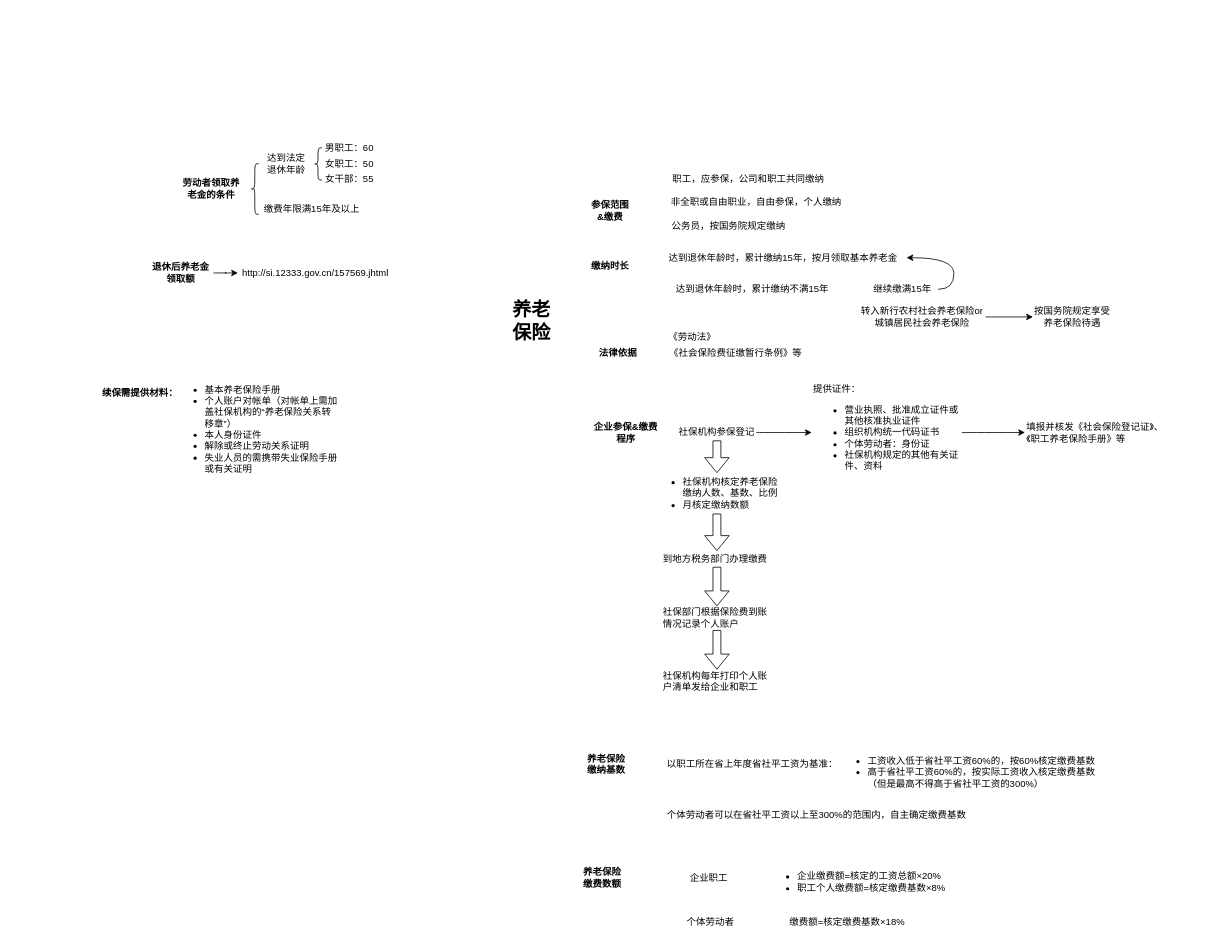
The draw.io diagram 五险一金.drawio in Cyrusvic/358pub, before the edit. Source tidied: cells renumbered, new cells numbered last; positions are measured from the earlier drawing's top-left corner, leaving out a move shared by most shapes. Both pictures are drawn from the tidied source at 79%, with x=0, y=0 at pixel (100, 140).
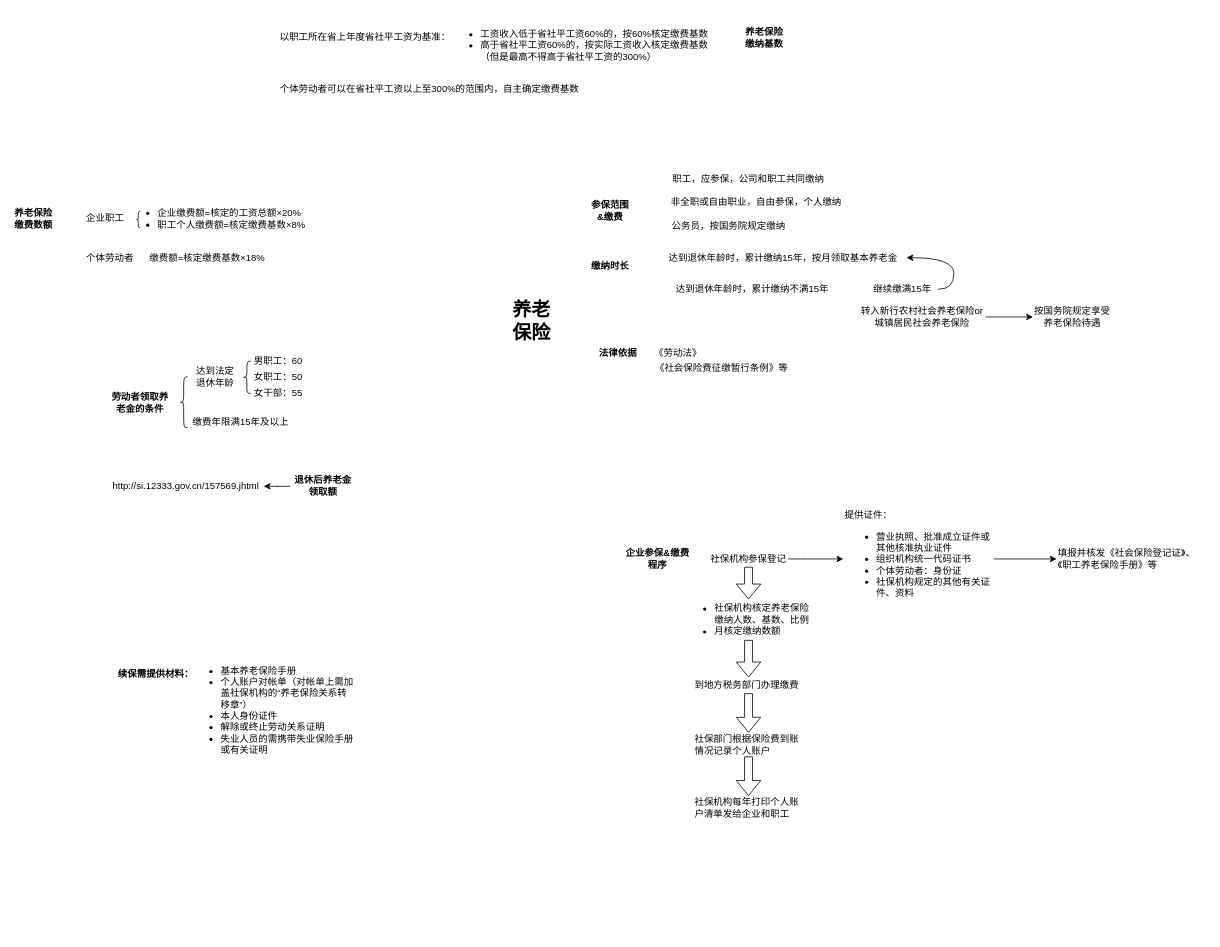
The same page after the edit.

Commit message (it also covers changes not shown here):
更新五险一金.drawio

The change refers to these unchanged cells:
```xml
<mxCell id="36" style="group;" parent="1" vertex="1">
  <mxGeometry x="630" y="238.7" width="260" height="40" as="geometry" />
</mxCell>
```

Diff of the diagram source:
```diff
@@
     <mxCell id="3" style="group;" parent="1" vertex="1">
-      <mxGeometry x="100" width="250" height="102" as="geometry" />
+      <mxGeometry x="10" y="270" width="250" height="102" as="geometry" />
     </mxCell>
@@
-    <mxCell id="12" style="group;" parent="1" vertex="1">
-      <mxGeometry x="60" y="148.7" width="310" height="38.7" as="geometry" />
-    </mxCell>
-    <mxCell id="13" value="&lt;b&gt;退休后养老金领取额&lt;/b&gt;" style="text;html=1;strokeColor=none;fillColor=none;align=center;verticalAlign=middle;whiteSpace=wrap;rounded=0;" parent="12" vertex="1">
-      <mxGeometry width="82.7" height="38.7" as="geometry" />
-    </mxCell>
-    <mxCell id="14" value="http://si.12333.gov.cn/157569.jhtml" style="text;html=1;strokeColor=none;fillColor=none;align=center;verticalAlign=middle;whiteSpace=wrap;rounded=0;" parent="12" vertex="1">
-      <mxGeometry x="113.7" width="196.3" height="38.7" as="geometry" />
-    </mxCell>
-    <mxCell id="15" style="edgeStyle=orthogonalEdgeStyle;curved=1;rounded=0;jettySize=auto;html=1;" parent="12" edge="1" source="13" target="14">
-      <mxGeometry relative="1" as="geometry" />
-    </mxCell>
     <mxCell id="16" style="group;" parent="1" vertex="1">
-      <mxGeometry x="620" y="300" width="740" height="400" as="geometry" />
+      <mxGeometry x="660" y="460" width="740" height="400" as="geometry" />
     </mxCell>
@@
-    <mxCell id="38" value="《劳动法》" style="text;html=1;strokeColor=none;fillColor=none;align=center;verticalAlign=middle;whiteSpace=wrap;rounded=0;" parent="36" vertex="1">
-      <mxGeometry x="88.1" width="61.9" height="20" as="geometry" />
-    </mxCell>
-    <mxCell id="39" value="《社会保险费征缴暂行条例》等" style="text;html=1;strokeColor=none;fillColor=none;align=center;verticalAlign=middle;whiteSpace=wrap;rounded=0;" parent="36" vertex="1">
-      <mxGeometry x="88.1" y="20" width="171.9" height="20" as="geometry" />
-    </mxCell>
@@
-    <mxCell id="49" style="group;" parent="1" vertex="1">
-      <mxGeometry x="610" y="760" width="660" height="110" as="geometry" />
-    </mxCell>
+    <mxCell id="60" style="group;" parent="1" vertex="1">
+      <mxGeometry x="20" y="650" width="300" height="140" as="geometry" />
+    </mxCell>
+    <mxCell id="61" value="续保需提供材料：" style="text;html=1;strokeColor=none;fillColor=none;align=center;verticalAlign=middle;whiteSpace=wrap;rounded=0;fontSize=12;fontColor=#000000;fontStyle=1;" parent="60" vertex="1">
+      <mxGeometry y="16" width="100" height="20" as="geometry" />
+    </mxCell>
+    <mxCell id="62" value="&lt;ul&gt;&lt;li&gt;基本养老保险手册&lt;br&gt;&lt;/li&gt;&lt;li&gt;个人账户对帐单（对帐单上需加盖社保机构的“养老保险关系转移章”）&lt;br&gt;&lt;/li&gt;&lt;li&gt;本人身份证件&lt;br&gt;&lt;/li&gt;&lt;li&gt;解除或终止劳动关系证明&lt;br&gt;&lt;/li&gt;&lt;li&gt;失业人员的需携带失业保险手册或有关证明&lt;br&gt;&lt;/li&gt;&lt;/ul&gt;" style="text;strokeColor=none;fillColor=none;html=1;whiteSpace=wrap;verticalAlign=middle;overflow=hidden;fontSize=12;fontColor=#000000;align=left;" parent="60" vertex="1">
+      <mxGeometry x="90" width="210" height="140" as="geometry" />
+    </mxCell>
+    <mxCell id="63" style="group;" parent="1" vertex="1">
+      <mxGeometry x="225" y="-160" width="645" height="110" as="geometry" />
+    </mxCell>
-    <mxCell id="50" value="养老保险缴纳基数" style="text;html=1;strokeColor=none;fillColor=none;align=center;verticalAlign=middle;whiteSpace=wrap;rounded=0;fontStyle=1;fontColor=#000000;" parent="49" vertex="1">
-      <mxGeometry y="20" width="60" height="20" as="geometry" />
+    <mxCell id="50" value="养老保险缴纳基数" style="text;html=1;strokeColor=none;fillColor=none;align=center;verticalAlign=middle;whiteSpace=wrap;rounded=0;fontStyle=1;fontColor=#000000;" parent="63" vertex="1">
+      <mxGeometry x="585" y="20" width="60" height="20" as="geometry" />
     </mxCell>
-    <mxCell id="51" value="&lt;span style=&quot;text-indent: 28px ; background-color: rgb(255 , 255 , 255)&quot;&gt;&lt;font style=&quot;font-size: 12px&quot;&gt;以职工所在省上年度省社平工资为基准：&lt;/font&gt;&lt;/span&gt;" style="text;html=1;strokeColor=none;fillColor=none;align=left;verticalAlign=middle;whiteSpace=wrap;rounded=0;fontStyle=0;fontColor=#000000;" parent="49" vertex="1">
-      <mxGeometry x="105" y="15" width="230" height="30" as="geometry" />
+    <mxCell id="51" value="&lt;span style=&quot;text-indent: 28px ; background-color: rgb(255 , 255 , 255)&quot;&gt;&lt;font style=&quot;font-size: 12px&quot;&gt;以职工所在省上年度省社平工资为基准：&lt;/font&gt;&lt;/span&gt;" style="text;html=1;strokeColor=none;fillColor=none;align=left;verticalAlign=middle;whiteSpace=wrap;rounded=0;fontStyle=0;fontColor=#000000;" parent="63" vertex="1">
+      <mxGeometry y="15" width="230" height="30" as="geometry" />
     </mxCell>
-    <mxCell id="52" value="&lt;div style=&quot;text-align: left ; font-size: 12px&quot;&gt;&lt;ul&gt;&lt;li&gt;工资收入低于省社平工资60%的，按60%核定缴费基数&lt;br&gt;&lt;/li&gt;&lt;li&gt;高于省社平工资60%的，按实际工资收入核定缴费基数（但是最高不得高于省社平工资的300%）&lt;br&gt;&lt;/li&gt;&lt;/ul&gt;&lt;/div&gt;" style="text;html=1;strokeColor=none;fillColor=none;align=center;verticalAlign=middle;whiteSpace=wrap;rounded=0;fontColor=#000000;fontSize=12;" parent="49" vertex="1">
-      <mxGeometry x="320" width="340" height="80" as="geometry" />
+    <mxCell id="52" value="&lt;div style=&quot;text-align: left ; font-size: 12px&quot;&gt;&lt;ul&gt;&lt;li&gt;工资收入低于省社平工资60%的，按60%核定缴费基数&lt;br&gt;&lt;/li&gt;&lt;li&gt;高于省社平工资60%的，按实际工资收入核定缴费基数（但是最高不得高于省社平工资的300%）&lt;br&gt;&lt;/li&gt;&lt;/ul&gt;&lt;/div&gt;" style="text;html=1;strokeColor=none;fillColor=none;align=center;verticalAlign=middle;whiteSpace=wrap;rounded=0;fontColor=#000000;fontSize=12;" parent="63" vertex="1">
+      <mxGeometry x="215" width="340" height="80" as="geometry" />
     </mxCell>
-    <mxCell id="53" value="&lt;span style=&quot;font-size: 12px; text-indent: 28px; background-color: rgb(255, 255, 255);&quot;&gt;个体劳动者可以在省社平工资以上至300%的范围内，自主确定缴费基数&lt;/span&gt;" style="text;html=1;strokeColor=none;fillColor=none;align=left;verticalAlign=middle;whiteSpace=wrap;rounded=0;fontStyle=0;fontColor=#000000;fontSize=12;" parent="49" vertex="1">
-      <mxGeometry x="105" y="80" width="445" height="30" as="geometry" />
+    <mxCell id="53" value="&lt;span style=&quot;font-size: 12px; text-indent: 28px; background-color: rgb(255, 255, 255);&quot;&gt;个体劳动者可以在省社平工资以上至300%的范围内，自主确定缴费基数&lt;/span&gt;" style="text;html=1;strokeColor=none;fillColor=none;align=left;verticalAlign=middle;whiteSpace=wrap;rounded=0;fontStyle=0;fontColor=#000000;fontSize=12;" parent="63" vertex="1">
+      <mxGeometry y="80" width="445" height="30" as="geometry" />
     </mxCell>
-    <mxCell id="54" style="group;" parent="1" vertex="1">
-      <mxGeometry x="610" y="924" width="480" height="81" as="geometry" />
-    </mxCell>
-    <mxCell id="55" value="养老保险缴费数额" style="text;html=1;strokeColor=none;fillColor=none;align=center;verticalAlign=middle;whiteSpace=wrap;rounded=0;fontSize=12;fontColor=#000000;fontStyle=1;" parent="54" vertex="1">
-      <mxGeometry width="50" height="20" as="geometry" />
+    <mxCell id="55" value="养老保险缴费数额" style="text;html=1;strokeColor=none;fillColor=none;align=center;verticalAlign=middle;whiteSpace=wrap;rounded=0;fontSize=12;fontColor=#000000;fontStyle=1;" parent="1" vertex="1">
+      <mxGeometry x="-110" y="89" width="50" height="20" as="geometry" />
     </mxCell>
-    <mxCell id="56" value="&lt;ul style=&quot;font-size: 12px&quot;&gt;&lt;li style=&quot;font-size: 12px&quot;&gt;企业缴费额=核定的工资总额×20%&lt;br style=&quot;font-size: 12px&quot;&gt;&lt;/li&gt;&lt;li style=&quot;font-size: 12px&quot;&gt;职工个人缴费额=核定缴费基数×8%&lt;br style=&quot;font-size: 12px&quot;&gt;&lt;/li&gt;&lt;/ul&gt;" style="text;html=1;strokeColor=none;fillColor=none;align=left;verticalAlign=middle;whiteSpace=wrap;rounded=0;fontSize=12;fontColor=#000000;" parent="54" vertex="1">
-      <mxGeometry x="230" width="250" height="30" as="geometry" />
+    <mxCell id="56" value="&lt;ul style=&quot;font-size: 12px&quot;&gt;&lt;li style=&quot;font-size: 12px&quot;&gt;企业缴费额=核定的工资总额×20%&lt;br style=&quot;font-size: 12px&quot;&gt;&lt;/li&gt;&lt;li style=&quot;font-size: 12px&quot;&gt;职工个人缴费额=核定缴费基数×8%&lt;br style=&quot;font-size: 12px&quot;&gt;&lt;/li&gt;&lt;/ul&gt;" style="text;html=1;strokeColor=none;fillColor=none;align=left;verticalAlign=middle;whiteSpace=wrap;rounded=0;fontSize=12;fontColor=#000000;" parent="1" vertex="1">
+      <mxGeometry x="30" y="84" width="250" height="30" as="geometry" />
     </mxCell>
-    <mxCell id="57" value="企业职工" style="text;html=1;strokeColor=none;fillColor=none;align=center;verticalAlign=middle;whiteSpace=wrap;rounded=0;fontSize=12;fontColor=#000000;" parent="54" vertex="1">
-      <mxGeometry x="130" width="60" height="20" as="geometry" />
+    <mxCell id="57" value="企业职工" style="text;html=1;strokeColor=none;fillColor=none;align=left;verticalAlign=middle;whiteSpace=wrap;rounded=0;fontSize=12;fontColor=#000000;" parent="1" vertex="1">
+      <mxGeometry x="-20" y="89" width="60" height="20" as="geometry" />
     </mxCell>
-    <mxCell id="58" value="个体劳动者" style="text;html=1;strokeColor=none;fillColor=none;align=left;verticalAlign=middle;whiteSpace=wrap;rounded=0;fontSize=12;fontColor=#000000;" parent="54" vertex="1">
-      <mxGeometry x="130" y="56" width="100" height="20" as="geometry" />
+    <mxCell id="58" value="个体劳动者" style="text;html=1;strokeColor=none;fillColor=none;align=left;verticalAlign=middle;whiteSpace=wrap;rounded=0;fontSize=12;fontColor=#000000;" parent="1" vertex="1">
+      <mxGeometry x="-20" y="140" width="100" height="20" as="geometry" />
     </mxCell>
-    <mxCell id="59" value="&lt;span&gt;缴费额=核定缴费基数×18%&lt;/span&gt;" style="text;html=1;strokeColor=none;fillColor=none;align=left;verticalAlign=middle;whiteSpace=wrap;rounded=0;fontSize=12;fontColor=#000000;" parent="54" vertex="1">
-      <mxGeometry x="260" y="51" width="190" height="30" as="geometry" />
+    <mxCell id="59" value="&lt;span&gt;缴费额=核定缴费基数×18%&lt;/span&gt;" style="text;html=1;strokeColor=none;fillColor=none;align=left;verticalAlign=middle;whiteSpace=wrap;rounded=0;fontSize=12;fontColor=#000000;" parent="1" vertex="1">
+      <mxGeometry x="60" y="135" width="190" height="30" as="geometry" />
     </mxCell>
-    <mxCell id="60" style="group;" parent="1" vertex="1">
-      <mxGeometry y="294" width="300" height="140" as="geometry" />
-    </mxCell>
-    <mxCell id="61" value="续保需提供材料：" style="text;html=1;strokeColor=none;fillColor=none;align=center;verticalAlign=middle;whiteSpace=wrap;rounded=0;fontSize=12;fontColor=#000000;fontStyle=1;" parent="60" vertex="1">
-      <mxGeometry y="16" width="100" height="20" as="geometry" />
-    </mxCell>
-    <mxCell id="62" value="&lt;ul&gt;&lt;li&gt;基本养老保险手册&lt;br&gt;&lt;/li&gt;&lt;li&gt;个人账户对帐单（对帐单上需加盖社保机构的“养老保险关系转移章”）&lt;br&gt;&lt;/li&gt;&lt;li&gt;本人身份证件&lt;br&gt;&lt;/li&gt;&lt;li&gt;解除或终止劳动关系证明&lt;br&gt;&lt;/li&gt;&lt;li&gt;失业人员的需携带失业保险手册或有关证明&lt;br&gt;&lt;/li&gt;&lt;/ul&gt;" style="text;strokeColor=none;fillColor=none;html=1;whiteSpace=wrap;verticalAlign=middle;overflow=hidden;fontSize=12;fontColor=#000000;align=left;" parent="60" vertex="1">
-      <mxGeometry x="90" width="210" height="140" as="geometry" />
-    </mxCell>
+    <mxCell id="64" style="shape=curlyBracket;whiteSpace=wrap;html=1;rounded=1;fontSize=12;fontColor=#000000;align=left;" parent="1" vertex="1">
+      <mxGeometry x="45" y="90" width="5" height="20.5" as="geometry" />
+    </mxCell>
+    <mxCell id="13" value="&lt;b&gt;退休后养老金领取额&lt;/b&gt;" style="text;html=1;strokeColor=none;fillColor=none;align=center;verticalAlign=middle;whiteSpace=wrap;rounded=0;" parent="1" vertex="1">
+      <mxGeometry x="240" y="418.7" width="82.7" height="38.7" as="geometry" />
+    </mxCell>
+    <mxCell id="14" value="http://si.12333.gov.cn/157569.jhtml" style="text;html=1;strokeColor=none;fillColor=none;align=center;verticalAlign=middle;whiteSpace=wrap;rounded=0;" parent="1" vertex="1">
+      <mxGeometry x="10" y="418.7" width="196.3" height="38.7" as="geometry" />
+    </mxCell>
+    <mxCell id="15" style="edgeStyle=orthogonalEdgeStyle;curved=1;rounded=0;jettySize=auto;html=1;" parent="1" edge="1" source="13" target="14">
+      <mxGeometry relative="1" as="geometry" />
+    </mxCell>
+    <mxCell id="38" value="《劳动法》" style="text;html=1;strokeColor=none;fillColor=none;align=center;verticalAlign=middle;whiteSpace=wrap;rounded=0;" parent="1" vertex="1">
+      <mxGeometry x="700" y="258.7" width="61.9" height="20" as="geometry" />
+    </mxCell>
+    <mxCell id="39" value="《社会保险费征缴暂行条例》等" style="text;html=1;strokeColor=none;fillColor=none;align=center;verticalAlign=middle;whiteSpace=wrap;rounded=0;" parent="1" vertex="1">
+      <mxGeometry x="700" y="278.7" width="171.9" height="20" as="geometry" />
+    </mxCell>
```
